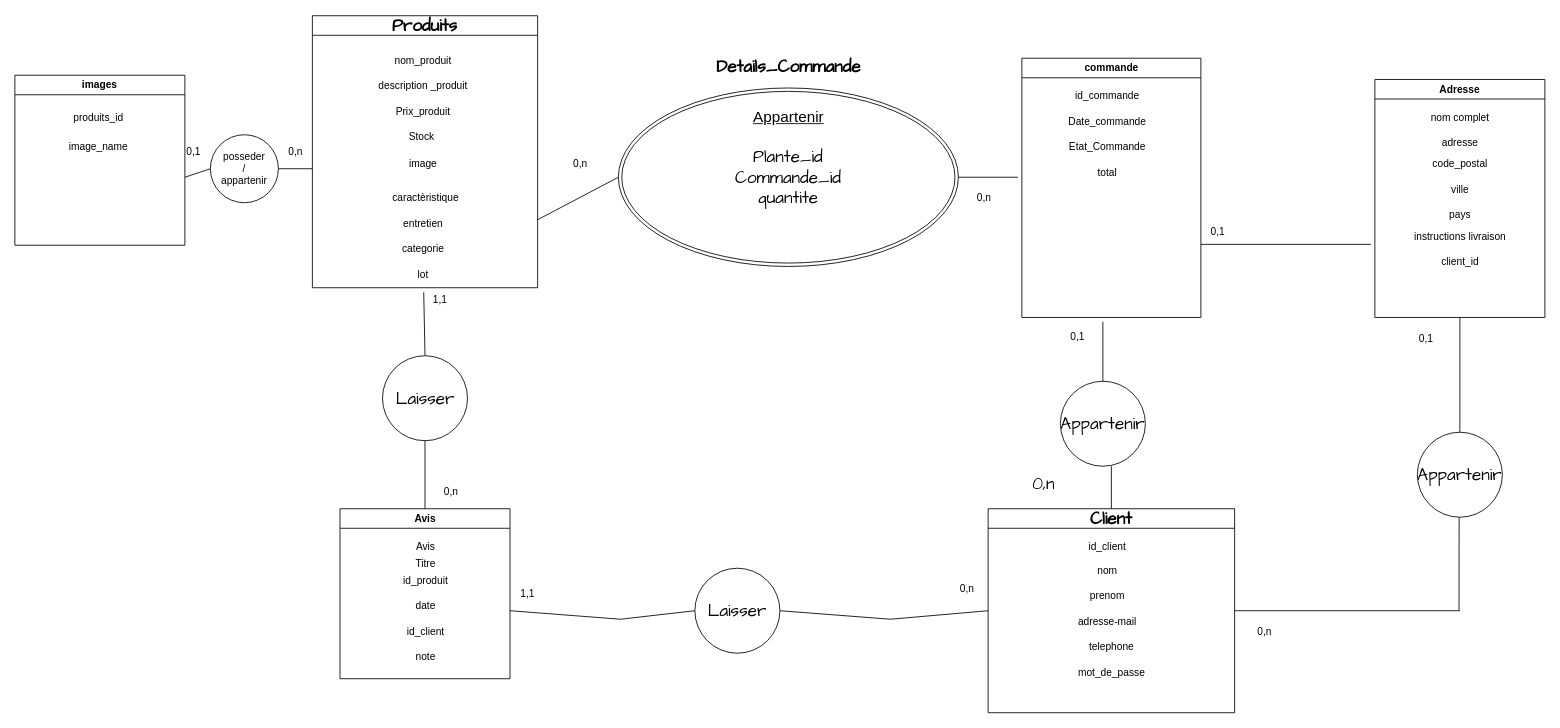
Before: lenaturelauvert.drawio in jeremy93130/le_naturel_au_vert_mvc, a draw.io diagram. Source tidied: cells renumbered, new cells numbered last; positions are measured from the earlier drawing's top-left corner, leaving out a move shared by most shapes. Both pictures are drawn from the tidied source at 85%, with x=0, y=0 at pixel (14, 15).
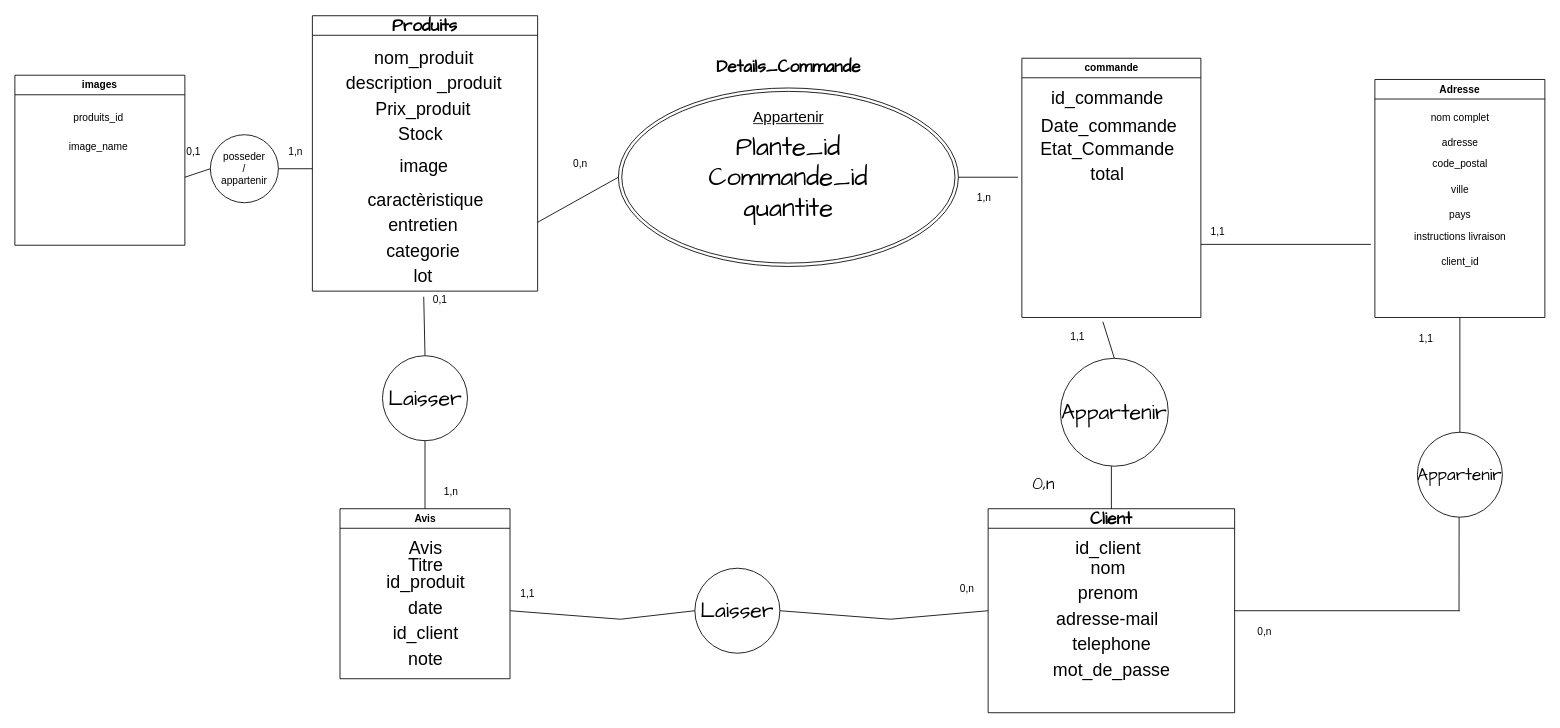
After the change.

Unchanged cells that the change refers to:
```xml
<mxCell id="13" value="Client" style="swimlane;whiteSpace=wrap;html=1;hachureGap=4;fontFamily=Architects Daughter;fontSize=20;" parent="1" vertex="1">
  <mxGeometry x="1145" y="580" width="290" height="240" as="geometry" />
</mxCell>
<mxCell id="24" value="commande" style="swimlane;whiteSpace=wrap;html=1;" parent="1" vertex="1">
  <mxGeometry x="1184.7" y="50" width="210.6" height="305" as="geometry" />
</mxCell>
<mxCell id="60" value="Avis" style="swimlane;whiteSpace=wrap;html=1;" parent="1" vertex="1">
  <mxGeometry x="382.5" y="580" width="200" height="200" as="geometry" />
</mxCell>
```

Change to the diagram source:
```diff
@@
-    <mxCell id="2" value="Plante_id&lt;br&gt;Commande_id&lt;br&gt;quantite" style="ellipse;shape=doubleEllipse;whiteSpace=wrap;html=1;hachureGap=4;fontFamily=Architects Daughter;fontSize=20;" parent="1" vertex="1">
+    <mxCell id="2" value="&lt;font style=&quot;font-size: 30px;&quot;&gt;Plante_id&lt;br&gt;Commande_id&lt;br&gt;quantite&lt;/font&gt;" style="ellipse;shape=doubleEllipse;whiteSpace=wrap;html=1;hachureGap=4;fontFamily=Architects Daughter;fontSize=20;" parent="1" vertex="1">
       <mxGeometry x="710" y="85" width="400" height="210" as="geometry" />
     </mxCell>
     <mxCell id="3" value="Produits" style="swimlane;whiteSpace=wrap;html=1;hachureGap=4;fontFamily=Architects Daughter;fontSize=20;startSize=23;" parent="1" vertex="1">
-      <mxGeometry x="350" width="265" height="320" as="geometry" />
+      <mxGeometry x="350" width="265" height="324" as="geometry" />
     </mxCell>
-    <mxCell id="4" value="&lt;font style=&quot;font-size: 12px;&quot; face=&quot;Helvetica&quot;&gt;nom_produit&lt;/font&gt;" style="text;html=1;align=center;verticalAlign=middle;strokeColor=none;fillColor=none;fontSize=20;fontFamily=Architects Daughter;" parent="3" vertex="1">
-      <mxGeometry x="85" y="30" width="90" height="40" as="geometry" />
+    <mxCell id="4" value="&lt;font face=&quot;Helvetica&quot; style=&quot;font-size: 21px;&quot;&gt;nom_produit&lt;/font&gt;" style="text;html=1;align=center;verticalAlign=middle;strokeColor=none;fillColor=none;fontSize=21;fontFamily=Architects Daughter;" parent="3" vertex="1">
+      <mxGeometry x="63" y="31" width="135" height="38" as="geometry" />
     </mxCell>
-    <mxCell id="5" value="&lt;font style=&quot;font-size: 12px;&quot; face=&quot;Helvetica&quot;&gt;description _produit&lt;/font&gt;" style="text;html=1;align=center;verticalAlign=middle;strokeColor=none;fillColor=none;fontSize=20;fontFamily=Architects Daughter;" parent="3" vertex="1">
-      <mxGeometry x="65" y="60" width="130" height="40" as="geometry" />
+    <mxCell id="5" value="&lt;font face=&quot;Helvetica&quot; style=&quot;font-size: 21px;&quot;&gt;description _produit&lt;/font&gt;" style="text;html=1;align=center;verticalAlign=middle;strokeColor=none;fillColor=none;fontSize=21;fontFamily=Architects Daughter;" parent="3" vertex="1">
+      <mxGeometry x="30" y="61" width="201" height="38" as="geometry" />
     </mxCell>
-    <mxCell id="6" value="&lt;font style=&quot;font-size: 12px;&quot; face=&quot;Helvetica&quot;&gt;Prix_produit&lt;/font&gt;" style="text;html=1;align=center;verticalAlign=middle;strokeColor=none;fillColor=none;fontSize=20;fontFamily=Architects Daughter;" parent="3" vertex="1">
-      <mxGeometry x="85" y="90" width="90" height="40" as="geometry" />
+    <mxCell id="6" value="&lt;font face=&quot;Helvetica&quot; style=&quot;font-size: 21px;&quot;&gt;Prix_produit&lt;/font&gt;" style="text;html=1;align=center;verticalAlign=middle;strokeColor=none;fillColor=none;fontSize=21;fontFamily=Architects Daughter;" parent="3" vertex="1">
+      <mxGeometry x="65" y="91" width="130" height="38" as="geometry" />
     </mxCell>
-    <mxCell id="7" value="&lt;font style=&quot;font-size: 12px;&quot; face=&quot;Helvetica&quot;&gt;Stock&amp;nbsp;&lt;/font&gt;" style="text;html=1;align=center;verticalAlign=middle;strokeColor=none;fillColor=none;fontSize=20;fontFamily=Architects Daughter;" parent="3" vertex="1">
-      <mxGeometry x="100" y="120" width="60" height="40" as="geometry" />
+    <mxCell id="7" value="&lt;font face=&quot;Helvetica&quot; style=&quot;font-size: 21px;&quot;&gt;Stock&amp;nbsp;&lt;/font&gt;" style="text;html=1;align=center;verticalAlign=middle;strokeColor=none;fillColor=none;fontSize=21;fontFamily=Architects Daughter;" parent="3" vertex="1">
+      <mxGeometry x="92" y="121" width="76" height="38" as="geometry" />
     </mxCell>
-    <mxCell id="8" value="image" style="text;html=1;align=center;verticalAlign=middle;strokeColor=none;fillColor=none;" parent="3" vertex="1">
-      <mxGeometry x="100" y="160" width="60" height="30" as="geometry" />
+    <mxCell id="8" value="image" style="text;html=1;align=center;verticalAlign=middle;strokeColor=none;fillColor=none;fontSize=21;" parent="3" vertex="1">
+      <mxGeometry x="93" y="157" width="75" height="37" as="geometry" />
     </mxCell>
-    <mxCell id="9" value="caractèristique" style="text;html=1;align=center;verticalAlign=middle;strokeColor=none;fillColor=none;" parent="3" vertex="1">
-      <mxGeometry x="82.5" y="200" width="100" height="30" as="geometry" />
+    <mxCell id="9" value="caractèristique" style="text;html=1;align=center;verticalAlign=middle;strokeColor=none;fillColor=none;fontSize=21;" parent="3" vertex="1">
+      <mxGeometry x="55.5" y="197" width="155" height="37" as="geometry" />
     </mxCell>
-    <mxCell id="10" value="entretien" style="text;html=1;align=center;verticalAlign=middle;strokeColor=none;fillColor=none;" parent="3" vertex="1">
-      <mxGeometry x="95" y="230" width="70" height="30" as="geometry" />
+    <mxCell id="10" value="entretien" style="text;html=1;align=center;verticalAlign=middle;strokeColor=none;fillColor=none;fontSize=21;" parent="3" vertex="1">
+      <mxGeometry x="80" y="227" width="100" height="37" as="geometry" />
     </mxCell>
-    <mxCell id="11" value="categorie" style="text;html=1;align=center;verticalAlign=middle;strokeColor=none;fillColor=none;" parent="3" vertex="1">
-      <mxGeometry x="95" y="260" width="70" height="30" as="geometry" />
+    <mxCell id="11" value="categorie" style="text;html=1;align=center;verticalAlign=middle;strokeColor=none;fillColor=none;fontSize=21;" parent="3" vertex="1">
+      <mxGeometry x="78" y="257" width="104" height="37" as="geometry" />
     </mxCell>
-    <mxCell id="12" value="lot" style="text;html=1;align=center;verticalAlign=middle;points=[];strokeColor=none;fillColor=none;" parent="3" vertex="1">
-      <mxGeometry x="110" y="290" width="40" height="30" as="geometry" />
+    <mxCell id="12" value="lot" style="text;html=1;align=center;verticalAlign=middle;points=[];strokeColor=none;fillColor=none;fontSize=21;" parent="3" vertex="1">
+      <mxGeometry x="110" y="287" width="40" height="37" as="geometry" />
     </mxCell>
@@
-    <mxCell id="14" value="&lt;font style=&quot;font-size: 12px;&quot; face=&quot;Helvetica&quot;&gt;nom&lt;/font&gt;" style="text;html=1;align=center;verticalAlign=middle;strokeColor=none;fillColor=none;fontSize=20;fontFamily=Architects Daughter;" parent="13" vertex="1">
-      <mxGeometry x="115" y="50" width="50" height="40" as="geometry" />
+    <mxCell id="14" value="&lt;font face=&quot;Helvetica&quot; style=&quot;font-size: 21px;&quot;&gt;nom&lt;/font&gt;" style="text;html=1;align=center;verticalAlign=middle;strokeColor=none;fillColor=none;fontSize=21;fontFamily=Architects Daughter;" parent="13" vertex="1">
+      <mxGeometry x="111" y="51" width="59" height="38" as="geometry" />
     </mxCell>
-    <mxCell id="15" value="&lt;font style=&quot;font-size: 12px;&quot; face=&quot;Helvetica&quot;&gt;prenom&lt;/font&gt;" style="text;html=1;align=center;verticalAlign=middle;strokeColor=none;fillColor=none;fontSize=20;fontFamily=Architects Daughter;" parent="13" vertex="1">
-      <mxGeometry x="110" y="80" width="60" height="40" as="geometry" />
+    <mxCell id="15" value="&lt;font face=&quot;Helvetica&quot; style=&quot;font-size: 21px;&quot;&gt;prenom&lt;/font&gt;" style="text;html=1;align=center;verticalAlign=middle;strokeColor=none;fillColor=none;fontSize=21;fontFamily=Architects Daughter;" parent="13" vertex="1">
+      <mxGeometry x="96" y="81" width="89" height="38" as="geometry" />
     </mxCell>
-    <mxCell id="16" value="&lt;font style=&quot;font-size: 12px;&quot; face=&quot;Helvetica&quot;&gt;adresse-mail&lt;/font&gt;" style="text;html=1;align=center;verticalAlign=middle;strokeColor=none;fillColor=none;fontSize=20;fontFamily=Architects Daughter;" parent="13" vertex="1">
-      <mxGeometry x="95" y="110" width="90" height="40" as="geometry" />
+    <mxCell id="16" value="&lt;font face=&quot;Helvetica&quot; style=&quot;font-size: 21px;&quot;&gt;adresse-mail&lt;/font&gt;" style="text;html=1;align=center;verticalAlign=middle;strokeColor=none;fillColor=none;fontSize=21;fontFamily=Architects Daughter;" parent="13" vertex="1">
+      <mxGeometry x="71" y="111" width="138" height="38" as="geometry" />
     </mxCell>
-    <mxCell id="17" value="&lt;font style=&quot;font-size: 12px;&quot; face=&quot;Helvetica&quot;&gt;mot_de_passe&lt;/font&gt;" style="text;html=1;align=center;verticalAlign=middle;strokeColor=none;fillColor=none;fontSize=20;fontFamily=Architects Daughter;" parent="13" vertex="1">
-      <mxGeometry x="95" y="170" width="100" height="40" as="geometry" />
+    <mxCell id="17" value="&lt;font face=&quot;Helvetica&quot; style=&quot;font-size: 21px;&quot;&gt;mot_de_passe&lt;/font&gt;" style="text;html=1;align=center;verticalAlign=middle;strokeColor=none;fillColor=none;fontSize=21;fontFamily=Architects Daughter;" parent="13" vertex="1">
+      <mxGeometry x="67" y="171" width="156" height="38" as="geometry" />
     </mxCell>
-    <mxCell id="18" value="&lt;font style=&quot;font-size: 12px;&quot; face=&quot;Helvetica&quot;&gt;telephone&lt;/font&gt;" style="text;html=1;align=center;verticalAlign=middle;strokeColor=none;fillColor=none;fontSize=20;fontFamily=Architects Daughter;" parent="13" vertex="1">
-      <mxGeometry x="105" y="140" width="80" height="40" as="geometry" />
+    <mxCell id="18" value="&lt;font face=&quot;Helvetica&quot; style=&quot;font-size: 21px;&quot;&gt;telephone&lt;/font&gt;" style="text;html=1;align=center;verticalAlign=middle;strokeColor=none;fillColor=none;fontSize=21;fontFamily=Architects Daughter;" parent="13" vertex="1">
+      <mxGeometry x="90" y="141" width="110" height="38" as="geometry" />
     </mxCell>
-    <mxCell id="19" value="id_client" style="text;html=1;align=center;verticalAlign=middle;strokeColor=none;fillColor=none;" parent="13" vertex="1">
-      <mxGeometry x="105" y="30" width="70" height="30" as="geometry" />
+    <mxCell id="19" value="id_client" style="text;html=1;align=center;verticalAlign=middle;strokeColor=none;fillColor=none;fontSize=21;" parent="13" vertex="1">
+      <mxGeometry x="93" y="27" width="95" height="37" as="geometry" />
     </mxCell>
@@
-    <mxCell id="21" value="&lt;font style=&quot;font-size: 12px;&quot; face=&quot;Helvetica&quot;&gt;0,1&lt;/font&gt;" style="text;html=1;align=center;verticalAlign=middle;strokeColor=none;fillColor=none;fontSize=20;fontFamily=Architects Daughter;" parent="1" vertex="1">
+    <mxCell id="21" value="&lt;font style=&quot;font-size: 12px;&quot; face=&quot;Helvetica&quot;&gt;1,1&lt;/font&gt;" style="text;html=1;align=center;verticalAlign=middle;strokeColor=none;fillColor=none;fontSize=20;fontFamily=Architects Daughter;" parent="1" vertex="1">
       <mxGeometry x="1230" y="355" width="40" height="40" as="geometry" />
     </mxCell>
@@
-    <mxCell id="23" value="0,n" style="text;html=1;align=center;verticalAlign=middle;strokeColor=none;fillColor=none;" parent="1" vertex="1">
+    <mxCell id="23" value="1,n" style="text;html=1;align=center;verticalAlign=middle;strokeColor=none;fillColor=none;" parent="1" vertex="1">
       <mxGeometry x="1120" y="200" width="40" height="30" as="geometry" />
     </mxCell>
@@
-    <mxCell id="25" value="Date_commande" style="text;html=1;align=center;verticalAlign=middle;strokeColor=none;fillColor=none;" parent="24" vertex="1">
-      <mxGeometry x="45" y="60" width="110" height="30" as="geometry" />
+    <mxCell id="25" value="Date_commande" style="text;html=1;align=center;verticalAlign=middle;strokeColor=none;fillColor=none;fontSize=21;" parent="24" vertex="1">
+      <mxGeometry x="13" y="60" width="178" height="37" as="geometry" />
     </mxCell>
-    <mxCell id="26" value="Etat_Commande" style="text;html=1;align=center;verticalAlign=middle;strokeColor=none;fillColor=none;" parent="24" vertex="1">
-      <mxGeometry x="45" y="90" width="110" height="30" as="geometry" />
+    <mxCell id="26" value="Etat_Commande" style="text;html=1;align=center;verticalAlign=middle;strokeColor=none;fillColor=none;fontSize=21;" parent="24" vertex="1">
+      <mxGeometry x="12" y="87" width="176" height="37" as="geometry" />
     </mxCell>
-    <mxCell id="27" value="total" style="text;html=1;align=center;verticalAlign=middle;strokeColor=none;fillColor=none;" parent="24" vertex="1">
-      <mxGeometry x="75" y="120" width="50" height="30" as="geometry" />
+    <mxCell id="27" value="total" style="text;html=1;align=center;verticalAlign=middle;strokeColor=none;fillColor=none;fontSize=21;" parent="24" vertex="1">
+      <mxGeometry x="71" y="117" width="58" height="37" as="geometry" />
     </mxCell>
-    <mxCell id="28" value="id_commande" style="text;html=1;align=center;verticalAlign=middle;strokeColor=none;fillColor=none;" parent="24" vertex="1">
-      <mxGeometry x="50" y="30" width="100" height="30" as="geometry" />
+    <mxCell id="28" value="&lt;font style=&quot;font-size: 21px;&quot;&gt;id_commande&lt;/font&gt;" style="text;html=1;align=center;verticalAlign=middle;strokeColor=none;fillColor=none;" parent="24" vertex="1">
+      <mxGeometry x="25" y="27" width="150" height="37" as="geometry" />
     </mxCell>
-    <mxCell id="29" value="0,1" style="text;html=1;align=center;verticalAlign=middle;strokeColor=none;fillColor=none;" parent="1" vertex="1">
+    <mxCell id="29" value="1,1" style="text;html=1;align=center;verticalAlign=middle;strokeColor=none;fillColor=none;" parent="1" vertex="1">
       <mxGeometry x="1395.3" y="240" width="40" height="30" as="geometry" />
     </mxCell>
@@
-    <mxCell id="43" value="Appartenir" style="ellipse;whiteSpace=wrap;html=1;hachureGap=4;fontFamily=Architects Daughter;fontSize=20;" parent="1" vertex="1">
-      <mxGeometry x="1230" y="430" width="100" height="100" as="geometry" />
+    <mxCell id="43" value="&lt;font style=&quot;font-size: 25px;&quot;&gt;Appartenir&lt;/font&gt;" style="ellipse;whiteSpace=wrap;html=1;hachureGap=4;fontFamily=Architects Daughter;fontSize=20;" parent="1" vertex="1">
+      <mxGeometry x="1230" y="403" width="127" height="127" as="geometry" />
     </mxCell>
@@
-    <mxCell id="49" value="0,n" style="text;html=1;align=center;verticalAlign=middle;strokeColor=none;fillColor=none;" parent="1" vertex="1">
+    <mxCell id="49" value="1,n" style="text;html=1;align=center;verticalAlign=middle;strokeColor=none;fillColor=none;" parent="1" vertex="1">
       <mxGeometry x="310" y="145" width="40" height="30" as="geometry" />
     </mxCell>
@@
-    <mxCell id="59" value="0,1" style="text;html=1;align=center;verticalAlign=middle;strokeColor=none;fillColor=none;" parent="1" vertex="1">
+    <mxCell id="59" value="1,1" style="text;html=1;align=center;verticalAlign=middle;strokeColor=none;fillColor=none;" parent="1" vertex="1">
       <mxGeometry x="1640" y="365" width="40" height="30" as="geometry" />
     </mxCell>
@@
-    <mxCell id="61" value="Avis" style="text;html=1;align=center;verticalAlign=middle;strokeColor=none;fillColor=none;" parent="60" vertex="1">
-      <mxGeometry x="75" y="30" width="50" height="30" as="geometry" />
+    <mxCell id="61" value="Avis" style="text;html=1;align=center;verticalAlign=middle;strokeColor=none;fillColor=none;fontSize=21;" parent="60" vertex="1">
+      <mxGeometry x="72" y="27" width="57" height="37" as="geometry" />
     </mxCell>
-    <mxCell id="62" value="id_produit" style="text;html=1;align=center;verticalAlign=middle;strokeColor=none;fillColor=none;" parent="60" vertex="1">
-      <mxGeometry x="60" y="70" width="80" height="30" as="geometry" />
+    <mxCell id="62" value="id_produit" style="text;html=1;align=center;verticalAlign=middle;strokeColor=none;fillColor=none;fontSize=21;" parent="60" vertex="1">
+      <mxGeometry x="45" y="67" width="110" height="37" as="geometry" />
     </mxCell>
-    <mxCell id="63" value="id_client" style="text;html=1;align=center;verticalAlign=middle;strokeColor=none;fillColor=none;" parent="60" vertex="1">
-      <mxGeometry x="65" y="130" width="70" height="30" as="geometry" />
+    <mxCell id="63" value="id_client" style="text;html=1;align=center;verticalAlign=middle;strokeColor=none;fillColor=none;fontSize=21;" parent="60" vertex="1">
+      <mxGeometry x="53" y="127" width="95" height="37" as="geometry" />
     </mxCell>
-    <mxCell id="64" value="note" style="text;html=1;align=center;verticalAlign=middle;strokeColor=none;fillColor=none;" parent="60" vertex="1">
-      <mxGeometry x="75" y="160" width="50" height="30" as="geometry" />
+    <mxCell id="64" value="note" style="text;html=1;align=center;verticalAlign=middle;strokeColor=none;fillColor=none;fontSize=21;" parent="60" vertex="1">
+      <mxGeometry x="71" y="157" width="59" height="37" as="geometry" />
     </mxCell>
-    <mxCell id="65" value="date" style="text;html=1;align=center;verticalAlign=middle;strokeColor=none;fillColor=none;" parent="60" vertex="1">
-      <mxGeometry x="75" y="100" width="50" height="30" as="geometry" />
+    <mxCell id="65" value="date" style="text;html=1;align=center;verticalAlign=middle;strokeColor=none;fillColor=none;fontSize=21;" parent="60" vertex="1">
+      <mxGeometry x="71" y="97" width="59" height="37" as="geometry" />
     </mxCell>
-    <mxCell id="66" value="Titre" style="text;html=1;align=center;verticalAlign=middle;strokeColor=none;fillColor=none;" parent="60" vertex="1">
-      <mxGeometry x="75" y="50" width="50" height="30" as="geometry" />
+    <mxCell id="66" value="Titre" style="text;html=1;align=center;verticalAlign=middle;strokeColor=none;fillColor=none;fontSize=21;" parent="60" vertex="1">
+      <mxGeometry x="71" y="47" width="59" height="37" as="geometry" />
     </mxCell>
@@
-    <mxCell id="68" value="Laisser" style="ellipse;whiteSpace=wrap;html=1;hachureGap=4;fontFamily=Architects Daughter;fontSize=20;" parent="1" vertex="1">
+    <mxCell id="68" value="&lt;font style=&quot;font-size: 25px;&quot;&gt;Laisser&lt;/font&gt;" style="ellipse;whiteSpace=wrap;html=1;hachureGap=4;fontFamily=Architects Daughter;fontSize=20;" parent="1" vertex="1">
       <mxGeometry x="800" y="650" width="100" height="100" as="geometry" />
     </mxCell>
@@
-    <mxCell id="73" value="Laisser" style="ellipse;whiteSpace=wrap;html=1;hachureGap=4;fontFamily=Architects Daughter;fontSize=20;" parent="1" vertex="1">
+    <mxCell id="73" value="&lt;font style=&quot;font-size: 25px;&quot;&gt;Laisser&lt;/font&gt;" style="ellipse;whiteSpace=wrap;html=1;hachureGap=4;fontFamily=Architects Daughter;fontSize=20;" parent="1" vertex="1">
       <mxGeometry x="432.5" y="400" width="100" height="100" as="geometry" />
     </mxCell>
@@
-    <mxCell id="75" value="0,n" style="text;html=1;align=center;verticalAlign=middle;strokeColor=none;fillColor=none;" parent="1" vertex="1">
+    <mxCell id="75" value="1,n" style="text;html=1;align=center;verticalAlign=middle;strokeColor=none;fillColor=none;" parent="1" vertex="1">
       <mxGeometry x="492.5" y="545" width="40" height="30" as="geometry" />
     </mxCell>
-    <mxCell id="76" value="1,1" style="text;html=1;align=center;verticalAlign=middle;strokeColor=none;fillColor=none;" parent="1" vertex="1">
+    <mxCell id="76" value="0,1" style="text;html=1;align=center;verticalAlign=middle;strokeColor=none;fillColor=none;" parent="1" vertex="1">
       <mxGeometry x="480" y="320" width="40" height="30" as="geometry" />
     </mxCell>
```
